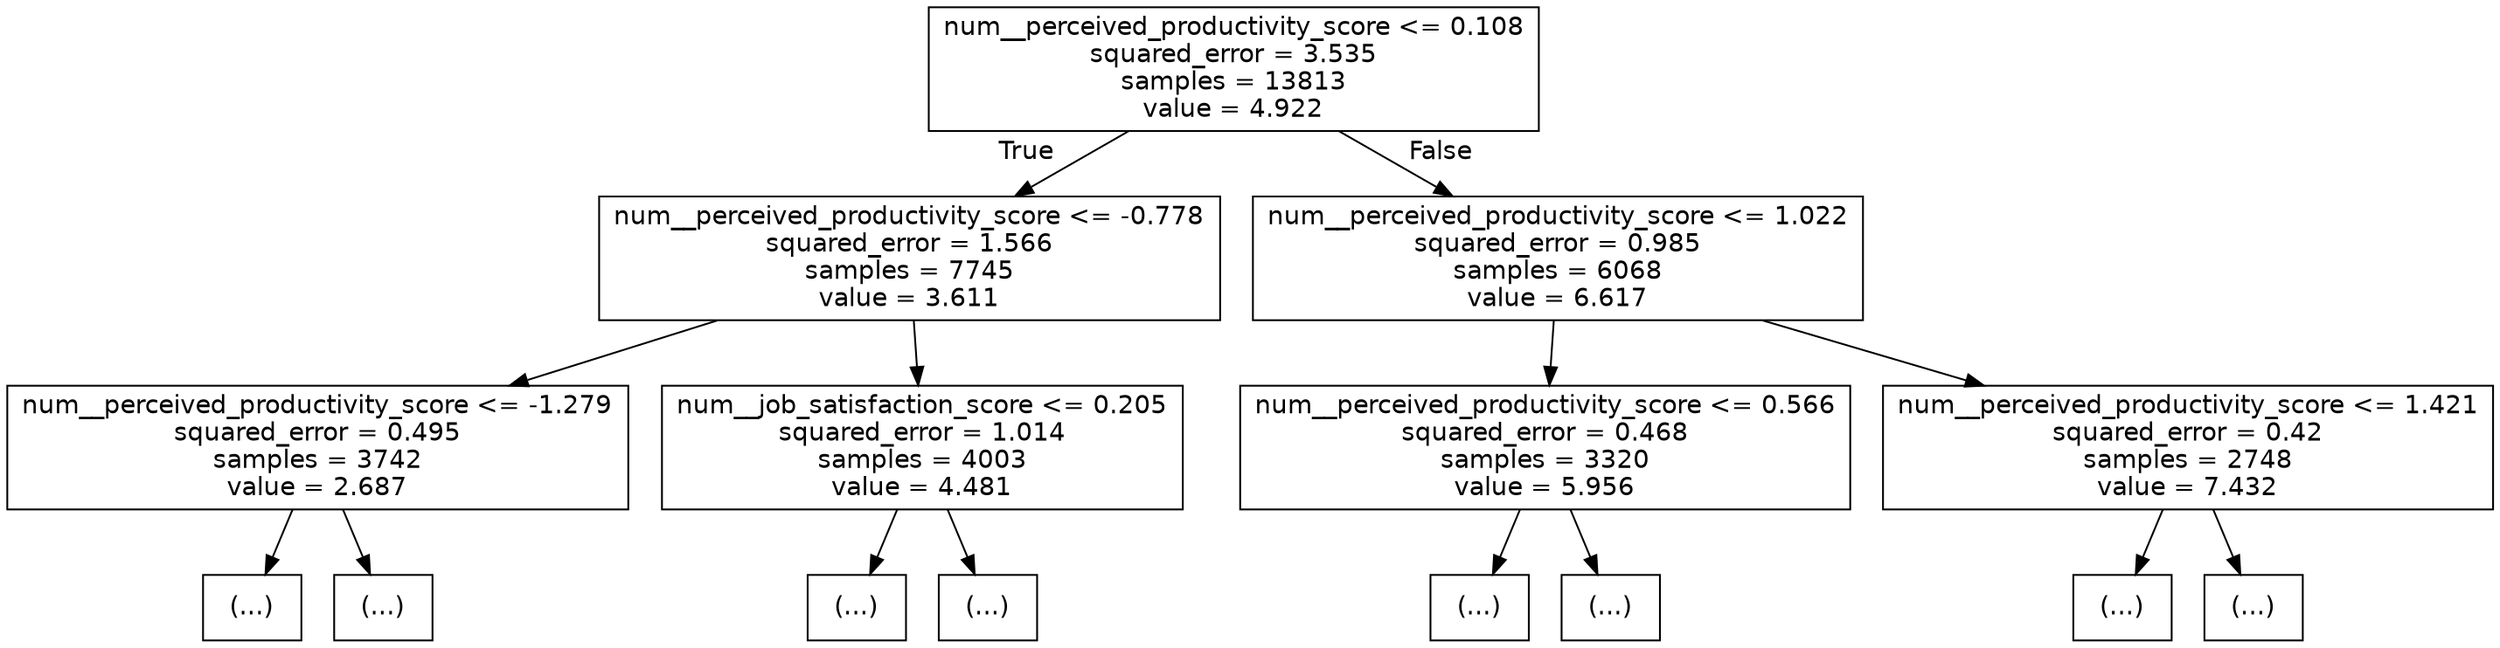
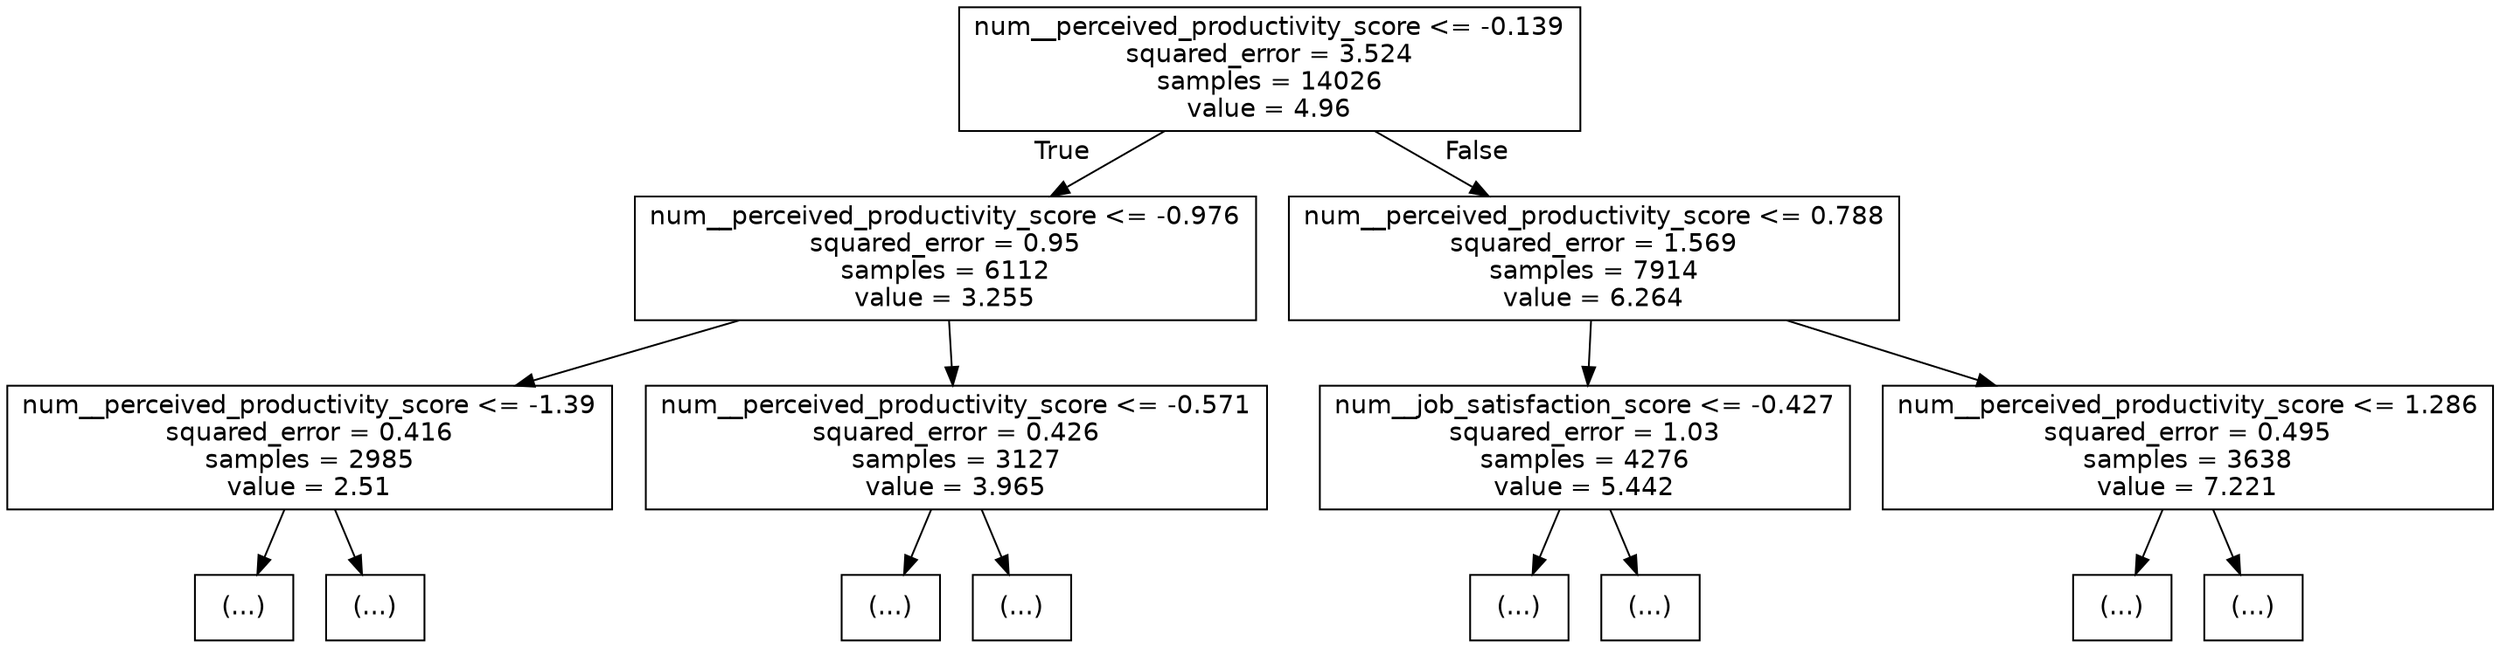
digraph Tree {
node [shape=box, fontname="helvetica"] ;
edge [fontname="helvetica"] ;
- 0 [label="num__perceived_productivity_score <= 0.108\nsquared_error = 3.535\nsamples = 13813\nvalue = 4.922"] ;
- 1 [label="num__perceived_productivity_score <= -0.778\nsquared_error = 1.566\nsamples = 7745\nvalue = 3.611"] ;
+ 0 [label="num__perceived_productivity_score <= -0.139\nsquared_error = 3.524\nsamples = 14026\nvalue = 4.96"] ;
+ 1 [label="num__perceived_productivity_score <= -0.976\nsquared_error = 0.95\nsamples = 6112\nvalue = 3.255"] ;
0 -> 1 [labeldistance=2.5, labelangle=45, headlabel="True"] ;
- 2 [label="num__perceived_productivity_score <= -1.279\nsquared_error = 0.495\nsamples = 3742\nvalue = 2.687"] ;
+ 2 [label="num__perceived_productivity_score <= -1.39\nsquared_error = 0.416\nsamples = 2985\nvalue = 2.51"] ;
1 -> 2 ;
3 [label="(...)"] ;
2 -> 3 ;
64 [label="(...)"] ;
2 -> 64 ;
- 125 [label="num__job_satisfaction_score <= 0.205\nsquared_error = 1.014\nsamples = 4003\nvalue = 4.481"] ;
+ 125 [label="num__perceived_productivity_score <= -0.571\nsquared_error = 0.426\nsamples = 3127\nvalue = 3.965"] ;
1 -> 125 ;
126 [label="(...)"] ;
125 -> 126 ;
- 187 [label="(...)"] ;
- 125 -> 187 ;
- 244 [label="num__perceived_productivity_score <= 1.022\nsquared_error = 0.985\nsamples = 6068\nvalue = 6.617"] ;
+ 185 [label="(...)"] ;
+ 125 -> 185 ;
+ 244 [label="num__perceived_productivity_score <= 0.788\nsquared_error = 1.569\nsamples = 7914\nvalue = 6.264"] ;
0 -> 244 [labeldistance=2.5, labelangle=-45, headlabel="False"] ;
- 245 [label="num__perceived_productivity_score <= 0.566\nsquared_error = 0.468\nsamples = 3320\nvalue = 5.956"] ;
+ 245 [label="num__job_satisfaction_score <= -0.427\nsquared_error = 1.03\nsamples = 4276\nvalue = 5.442"] ;
244 -> 245 ;
246 [label="(...)"] ;
245 -> 246 ;
- 305 [label="(...)"] ;
- 245 -> 305 ;
- 368 [label="num__perceived_productivity_score <= 1.421\nsquared_error = 0.42\nsamples = 2748\nvalue = 7.432"] ;
- 244 -> 368 ;
- 369 [label="(...)"] ;
- 368 -> 369 ;
- 430 [label="(...)"] ;
- 368 -> 430 ;
+ 299 [label="(...)"] ;
+ 245 -> 299 ;
+ 360 [label="num__perceived_productivity_score <= 1.286\nsquared_error = 0.495\nsamples = 3638\nvalue = 7.221"] ;
+ 244 -> 360 ;
+ 361 [label="(...)"] ;
+ 360 -> 361 ;
+ 424 [label="(...)"] ;
+ 360 -> 424 ;
}